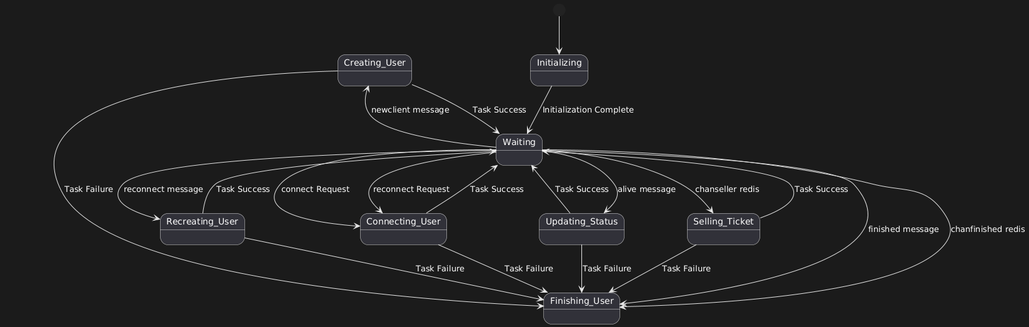
Above: pkg/ticketmanager/assets/states.png in by2waysprojects/queue-processor (PlantUML), before the change. The source it was exported from:
```plantuml
@startuml
[*] --> Initializing

state Creating_User {
  Creating_User --> Waiting : Task Success
  Creating_User --> Finishing_User : Task Failure
}

state Updating_Status {
  Updating_Status --> Waiting : Task Success
  Updating_Status --> Finishing_User : Task Failure
}

state Recreating_User {
  Recreating_User --> Waiting : Task Success
  Recreating_User --> Finishing_User : Task Failure
}

state Connecting_User {
  Connecting_User --> Waiting : Task Success
  Connecting_User --> Finishing_User : Task Failure
}

state Selling_Ticket {
  Selling_Ticket --> Waiting : Task Success
  Selling_Ticket --> Finishing_User : Task Failure
}

state Waiting {

}

state Finishing_User {

}

Initializing --> Waiting : Initialization Complete
Waiting --> Connecting_User : connect Request
Waiting --> Connecting_User : reconnect Request

Waiting --> Updating_Status : alive message
Waiting --> Creating_User : newclient message
Waiting --> Recreating_User : reconnect message
Waiting --> Finishing_User : finished message

Waiting --> Selling_Ticket : chanseller redis
Waiting --> Finishing_User : chanfinished redis
@enduml
```
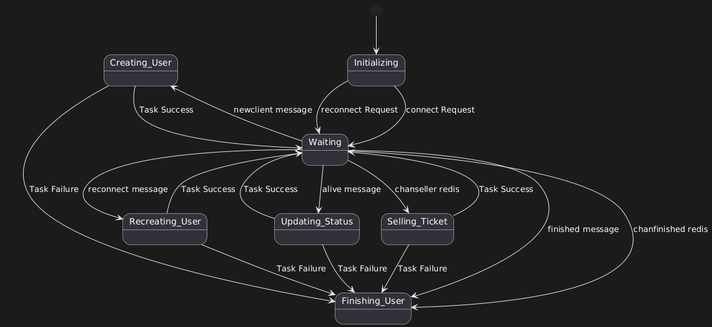
The same file after the commit.

The edit, as a diff of the source:
```diff
@@ -16,11 +16,6 @@
   Recreating_User --> Finishing_User : Task Failure
 }
 
-state Connecting_User {
-  Connecting_User --> Waiting : Task Success
-  Connecting_User --> Finishing_User : Task Failure
-}
-
 state Selling_Ticket {
   Selling_Ticket --> Waiting : Task Success
   Selling_Ticket --> Finishing_User : Task Failure
@@ -34,9 +29,8 @@
 
 }
 
-Initializing --> Waiting : Initialization Complete
-Waiting --> Connecting_User : connect Request
-Waiting --> Connecting_User : reconnect Request
+Initializing --> Waiting : connect Request
+Initializing --> Waiting : reconnect Request
 
 Waiting --> Updating_Status : alive message
 Waiting --> Creating_User : newclient message
```
